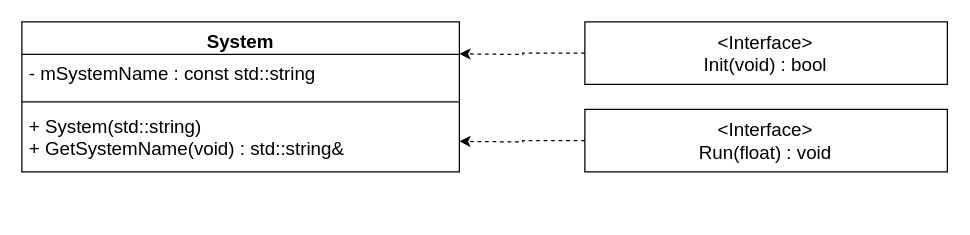
HIBICUS-CAI/HycFrame3D keeps this draw.io diagram as page "System" (7 of 7) of HycFrame3D.drawio. Above is the earlier version. Source tidied: cells renumbered, new cells numbered last; positions are measured from the earlier drawing's top-left corner, leaving out a move shared by most shapes. Both pictures are drawn from the tidied source at 125%, with x=0, y=0 at pixel (21, 21).
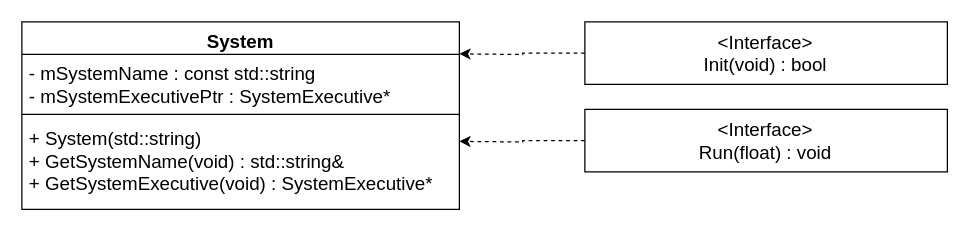
The same page after the edit.

What changed in the source:
```diff
@@
 <mxGraphModel>
   <root>
     <mxCell id="0" />
     <mxCell id="1" parent="0" />
     <mxCell id="2" value="System" style="swimlane;fontStyle=1;align=center;verticalAlign=top;horizontal=1;startSize=26;fontSize=15;" parent="1" vertex="1">
-      <mxGeometry width="350" height="120" as="geometry" />
+      <mxGeometry width="350" height="150" as="geometry" />
     </mxCell>
-    <mxCell id="3" value="- mSystemName : const std::string" style="text;strokeColor=none;fillColor=none;align=left;verticalAlign=top;spacingLeft=4;spacingRight=4;overflow=hidden;fontSize=15;" parent="2" vertex="1">
-      <mxGeometry y="26" width="350" height="34" as="geometry" />
+    <mxCell id="3" value="- mSystemName : const std::string&#10;- mSystemExecutivePtr : SystemExecutive*" style="text;strokeColor=none;fillColor=none;align=left;verticalAlign=top;spacingLeft=4;spacingRight=4;overflow=hidden;fontSize=15;" parent="2" vertex="1">
+      <mxGeometry y="26" width="350" height="44" as="geometry" />
     </mxCell>
     <mxCell id="4" style="line;strokeWidth=1;fillColor=none;align=left;verticalAlign=middle;spacingTop=-1;spacingLeft=3;spacingRight=3;labelPosition=right;" parent="2" vertex="1">
-      <mxGeometry y="60" width="350" height="8" as="geometry" />
+      <mxGeometry y="70" width="350" height="8" as="geometry" />
     </mxCell>
-    <mxCell id="5" value="+ System(std::string)&#10;+ GetSystemName(void) : std::string&amp;" style="text;strokeColor=none;fillColor=none;align=left;verticalAlign=top;spacingLeft=4;spacingRight=4;overflow=hidden;fontSize=15;" parent="2" vertex="1">
-      <mxGeometry y="68" width="350" height="52" as="geometry" />
+    <mxCell id="5" value="+ System(std::string)&#10;+ GetSystemName(void) : std::string&amp;&#10;+ GetSystemExecutive(void) : SystemExecutive*" style="text;strokeColor=none;fillColor=none;align=left;verticalAlign=top;spacingLeft=4;spacingRight=4;overflow=hidden;fontSize=15;" parent="2" vertex="1">
+      <mxGeometry y="78" width="350" height="72" as="geometry" />
     </mxCell>
     <mxCell id="6" style="edgeStyle=orthogonalEdgeStyle;rounded=0;jettySize=auto;html=1;exitX=0;exitY=0.5;exitDx=0;exitDy=0;entryX=0.999;entryY=0.4;entryDx=0;entryDy=0;entryPerimeter=0;fontSize=15;strokeColor=default;dashed=1;" parent="1" edge="1" source="7">
       <mxGeometry relative="1" as="geometry">
         <mxPoint x="350" y="25.6" as="targetPoint" />
       </mxGeometry>
     </mxCell>
     <mxCell id="7" value="&amp;lt;Interface&amp;gt;&lt;br&gt;Init(void) : bool" style="rounded=0;whiteSpace=wrap;html=1;fontSize=15;" parent="1" vertex="1">
       <mxGeometry x="450.4" width="290" height="50" as="geometry" />
     </mxCell>
     <mxCell id="8" style="edgeStyle=orthogonalEdgeStyle;rounded=0;jettySize=auto;html=1;exitX=0;exitY=0.5;exitDx=0;exitDy=0;entryX=0.999;entryY=0.4;entryDx=0;entryDy=0;entryPerimeter=0;fontSize=15;strokeColor=default;dashed=1;" parent="1" edge="1" source="9">
       <mxGeometry relative="1" as="geometry">
         <mxPoint x="350" y="95.6" as="targetPoint" />
       </mxGeometry>
     </mxCell>
     <mxCell id="9" value="&amp;lt;Interface&amp;gt;&lt;br&gt;Run(float) : void" style="rounded=0;whiteSpace=wrap;html=1;fontSize=15;" parent="1" vertex="1">
       <mxGeometry x="450.4" y="70" width="290" height="50" as="geometry" />
     </mxCell>
   </root>
 </mxGraphModel>
```
